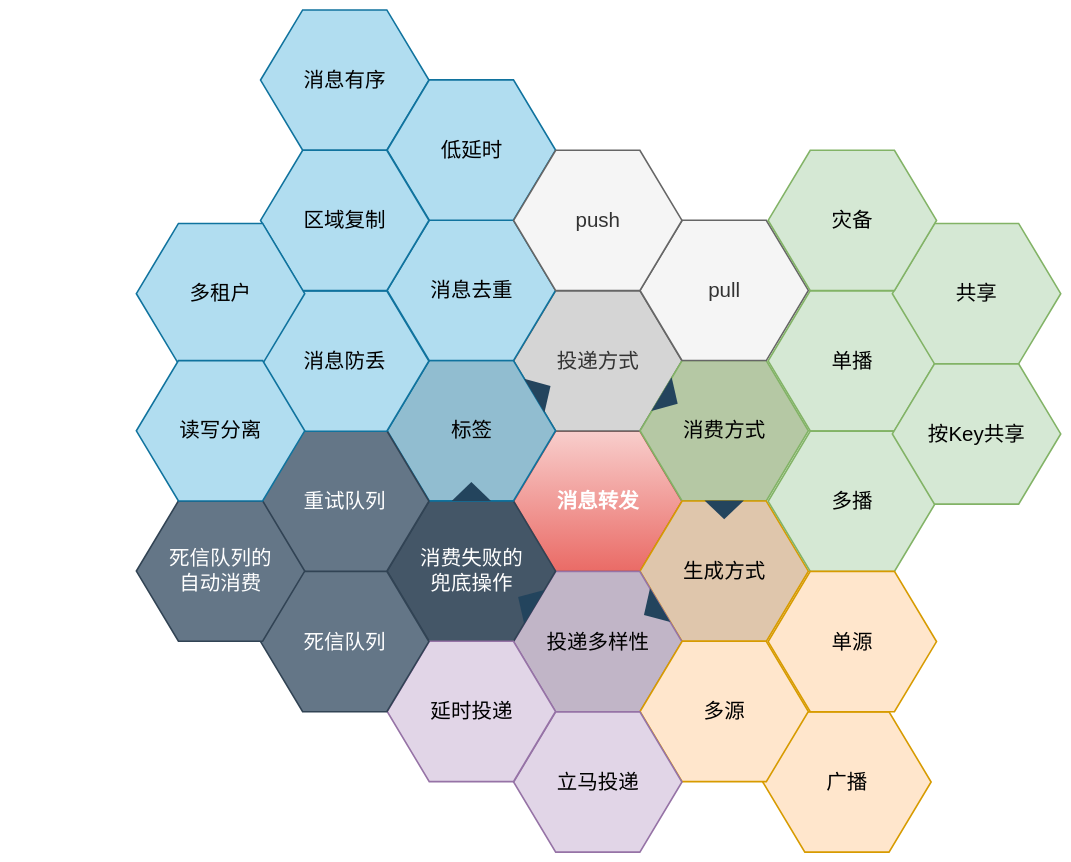
Above: page "消息队列" (2 of 3) of pulsar.drawio in 63isOK/conference_graph (draw.io), before the change. Source tidied: cells renumbered, new cells numbered last; positions are measured from the earlier drawing's top-left corner, leaving out a move shared by most shapes. Both pictures are drawn from the tidied source at 54%, with x=0, y=0 at pixel (136, 10).
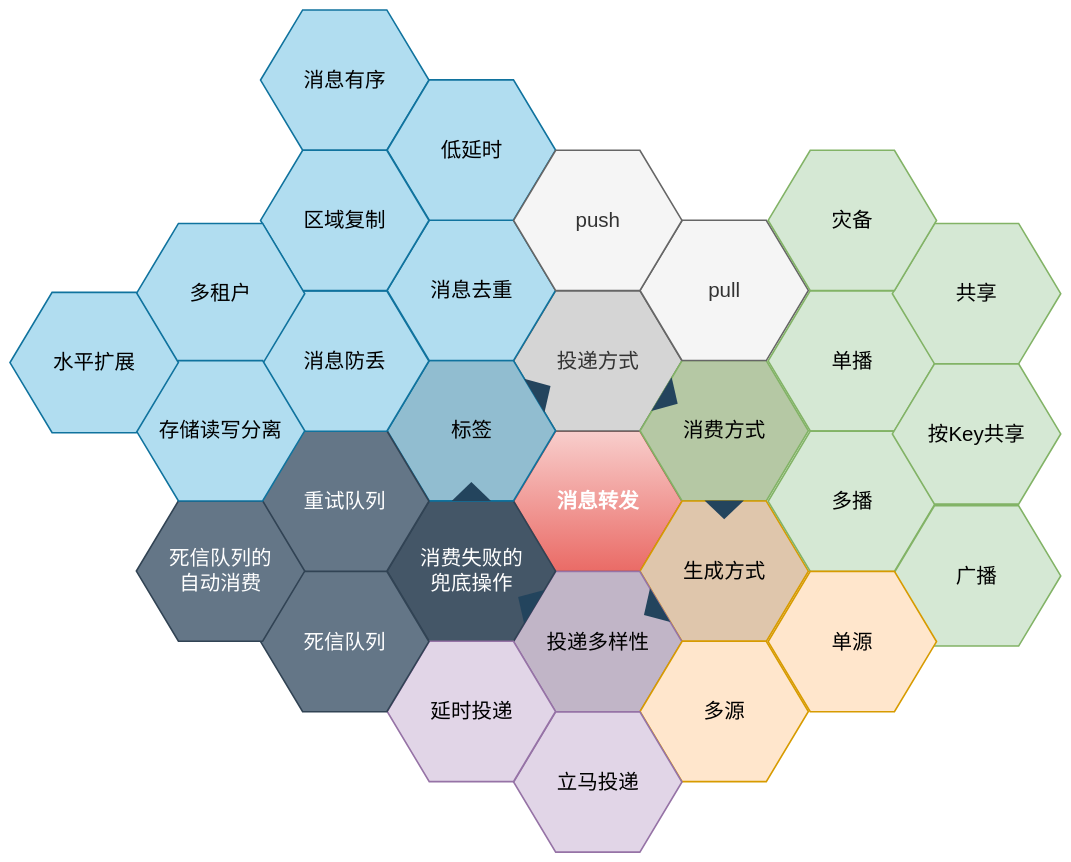
The same page after the edit.

Change to the diagram source:
```diff
@@
-    <mxCell id="20" value="&lt;font style=&quot;font-size: 38px;&quot;&gt;广播&lt;/font&gt;" style="shape=hexagon;perimeter=hexagonPerimeter2;whiteSpace=wrap;html=1;shadow=0;labelBackgroundColor=none;strokeColor=#d79b00;fillColor=#ffe6cc;fontFamily=Helvetica;fontSize=38;align=center;strokeWidth=3;" parent="1" vertex="1">
-      <mxGeometry x="1160" y="1299.7" width="311.8" height="259.9" as="geometry" />
+    <mxCell id="20" value="&lt;font style=&quot;font-size: 38px;&quot;&gt;广播&lt;/font&gt;" style="shape=hexagon;perimeter=hexagonPerimeter2;whiteSpace=wrap;html=1;shadow=0;labelBackgroundColor=none;strokeColor=#82B366;fillColor=#D5E8D4;fontFamily=Helvetica;fontSize=38;align=center;strokeWidth=3;" parent="1" vertex="1">
+      <mxGeometry x="1400" y="918" width="311.8" height="259.9" as="geometry" />
     </mxCell>
@@
-    <mxCell id="36" value="&lt;font style=&quot;font-size: 38px;&quot;&gt;读写分离&lt;/font&gt;" style="shape=hexagon;perimeter=hexagonPerimeter2;whiteSpace=wrap;html=1;shadow=0;labelBackgroundColor=none;fillColor=#b1ddf0;fontFamily=Helvetica;fontSize=38;align=center;strokeWidth=3;strokeColor=#10739e;" parent="1" vertex="1">
+    <mxCell id="36" value="&lt;font style=&quot;font-size: 38px;&quot;&gt;存储读写分离&lt;/font&gt;" style="shape=hexagon;perimeter=hexagonPerimeter2;whiteSpace=wrap;html=1;shadow=0;labelBackgroundColor=none;fillColor=#b1ddf0;fontFamily=Helvetica;fontSize=38;align=center;strokeWidth=3;strokeColor=#10739e;" parent="1" vertex="1">
       <mxGeometry y="649.4" width="311.8" height="259.9" as="geometry" />
     </mxCell>
@@
+    <mxCell id="38" value="水平扩展" style="shape=hexagon;perimeter=hexagonPerimeter2;whiteSpace=wrap;html=1;shadow=0;labelBackgroundColor=none;fillColor=#b1ddf0;fontFamily=Helvetica;fontSize=38;align=center;strokeWidth=3;strokeColor=#10739e;" parent="1" vertex="1">
+      <mxGeometry x="-234" y="523" width="311.8" height="259.9" as="geometry" />
+    </mxCell>
```
